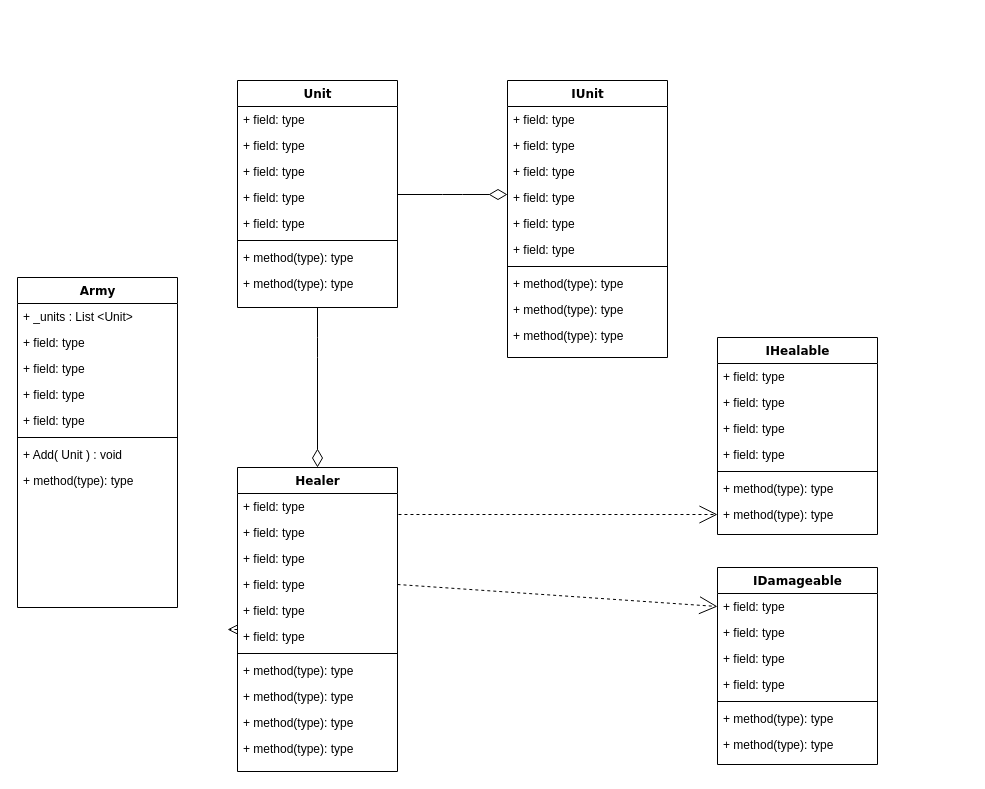
The draw.io diagram Untitled Diagram.drawio in alexmukh/AdjacentUnits, before the edit. Source tidied: cells renumbered, new cells numbered last; positions are measured from the earlier drawing's top-left corner, leaving out a move shared by most shapes. Both pictures are drawn from the tidied source at 100%, with x=0, y=0 at pixel (17, 80).
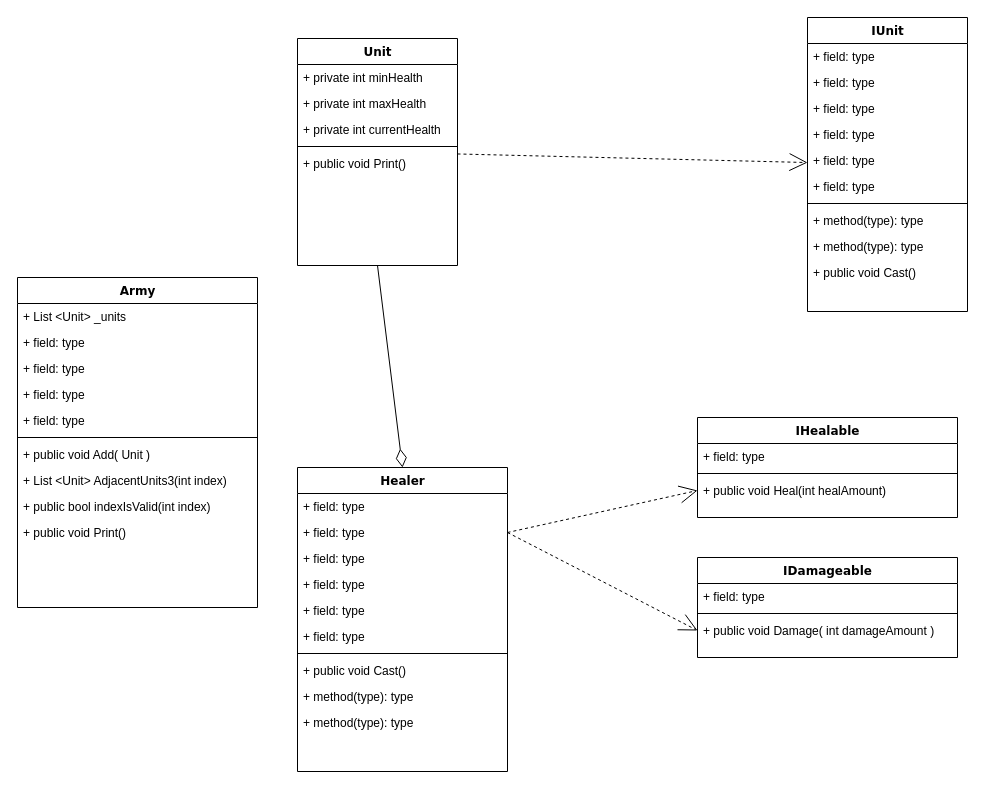
The same page after the edit.

Diff of the diagram source:
```diff
@@
-    <mxCell id="2" style="edgeStyle=orthogonalEdgeStyle;html=1;labelBackgroundColor=none;startFill=0;startSize=8;endArrow=diamondThin;endFill=0;endSize=16;fontFamily=Verdana;fontSize=12;entryX=0.5;entryY=0;entryDx=0;entryDy=0;exitX=0.5;exitY=1;exitDx=0;exitDy=0;" parent="1" edge="1" source="3" target="33">
-      <mxGeometry relative="1" as="geometry">
-        <Array as="points">
-          <mxPoint x="300" y="267" />
-          <mxPoint x="300" y="267" />
-        </Array>
-      </mxGeometry>
+    <mxCell id="2" style="html=1;labelBackgroundColor=none;startFill=0;startSize=8;endArrow=diamondThin;endFill=0;endSize=16;fontFamily=Verdana;fontSize=12;entryX=0.5;entryY=0;entryDx=0;entryDy=0;exitX=0.5;exitY=1;exitDx=0;exitDy=0;" parent="1" edge="1" source="3" target="33">
+      <mxGeometry relative="1" as="geometry" />
     </mxCell>
     <mxCell id="3" value="Unit" style="swimlane;html=1;fontStyle=1;align=center;verticalAlign=top;horizontal=1;startSize=26;swimlaneFillColor=#ffffff;rounded=0;shadow=0;comic=0;labelBackgroundColor=none;strokeWidth=1;fillColor=none;fontFamily=Verdana;fontSize=12;" parent="1" vertex="1">
-      <mxGeometry x="220" width="160" height="227" as="geometry" />
+      <mxGeometry x="280" y="-42" width="160" height="227" as="geometry" />
     </mxCell>
-    <mxCell id="4" value="+ field: type" style="text;html=1;strokeColor=none;fillColor=none;align=left;verticalAlign=top;spacingLeft=4;spacingRight=4;whiteSpace=wrap;overflow=hidden;" parent="3" vertex="1">
+    <mxCell id="4" value="+ private int minHealth" style="text;html=1;strokeColor=none;fillColor=none;align=left;verticalAlign=top;spacingLeft=4;spacingRight=4;whiteSpace=wrap;overflow=hidden;" parent="3" vertex="1">
       <mxGeometry y="26" width="160" height="26" as="geometry" />
     </mxCell>
-    <mxCell id="5" value="+ field: type" style="text;html=1;strokeColor=none;fillColor=none;align=left;verticalAlign=top;spacingLeft=4;spacingRight=4;whiteSpace=wrap;overflow=hidden;" parent="3" vertex="1">
-      <mxGeometry y="52" width="160" height="26" as="geometry" />
-    </mxCell>
-    <mxCell id="6" value="+ field: type" style="text;html=1;strokeColor=none;fillColor=none;align=left;verticalAlign=top;spacingLeft=4;spacingRight=4;whiteSpace=wrap;overflow=hidden;" parent="3" vertex="1">
-      <mxGeometry y="78" width="160" height="26" as="geometry" />
-    </mxCell>
-    <mxCell id="7" value="+ field: type" style="text;html=1;strokeColor=none;fillColor=none;align=left;verticalAlign=top;spacingLeft=4;spacingRight=4;whiteSpace=wrap;overflow=hidden;" parent="3" vertex="1">
-      <mxGeometry y="104" width="160" height="26" as="geometry" />
-    </mxCell>
-    <mxCell id="8" value="+ field: type" style="text;html=1;strokeColor=none;fillColor=none;align=left;verticalAlign=top;spacingLeft=4;spacingRight=4;whiteSpace=wrap;overflow=hidden;" parent="3" vertex="1">
-      <mxGeometry y="130" width="160" height="26" as="geometry" />
-    </mxCell>
+    <mxCell id="64" value="+ private int maxHealth" style="text;html=1;strokeColor=none;fillColor=none;align=left;verticalAlign=top;spacingLeft=4;spacingRight=4;whiteSpace=wrap;overflow=hidden;" parent="3" vertex="1">
+      <mxGeometry y="52" width="160" height="26" as="geometry" />
+    </mxCell>
+    <mxCell id="65" value="+ private int currentHealth" style="text;html=1;strokeColor=none;fillColor=none;align=left;verticalAlign=top;spacingLeft=4;spacingRight=4;whiteSpace=wrap;overflow=hidden;" parent="3" vertex="1">
+      <mxGeometry y="78" width="160" height="26" as="geometry" />
+    </mxCell>
     <mxCell id="9" style="line;html=1;strokeWidth=1;fillColor=none;align=left;verticalAlign=middle;spacingTop=-1;spacingLeft=3;spacingRight=3;labelPosition=right;" parent="3" vertex="1">
-      <mxGeometry y="156" width="160" height="8" as="geometry" />
+      <mxGeometry y="104" width="160" height="8" as="geometry" />
     </mxCell>
-    <mxCell id="10" value="+ method(type): type" style="text;html=1;strokeColor=none;fillColor=none;align=left;verticalAlign=top;spacingLeft=4;spacingRight=4;whiteSpace=wrap;overflow=hidden;" parent="3" vertex="1">
-      <mxGeometry y="164" width="160" height="26" as="geometry" />
+    <mxCell id="10" value="+ public void Print()" style="text;html=1;strokeColor=none;fillColor=none;align=left;verticalAlign=top;spacingLeft=4;spacingRight=4;whiteSpace=wrap;overflow=hidden;" parent="3" vertex="1">
+      <mxGeometry y="112" width="160" height="26" as="geometry" />
     </mxCell>
-    <mxCell id="11" value="+ method(type): type" style="text;html=1;strokeColor=none;fillColor=none;align=left;verticalAlign=top;spacingLeft=4;spacingRight=4;whiteSpace=wrap;overflow=hidden;" parent="3" vertex="1">
-      <mxGeometry y="190" width="160" height="26" as="geometry" />
-    </mxCell>
-    <mxCell id="12" style="html=1;labelBackgroundColor=none;startFill=0;startSize=8;endArrow=open;endFill=0;endSize=16;fontFamily=Verdana;fontSize=12;elbow=vertical;dashed=1;exitX=1.006;exitY=-0.192;exitDx=0;exitDy=0;entryX=0;entryY=0.5;entryDx=0;entryDy=0;exitPerimeter=0;" parent="1" edge="1" source="35" target="31">
+    <mxCell id="12" style="html=1;labelBackgroundColor=none;startFill=0;startSize=8;endArrow=open;endFill=0;endSize=16;fontFamily=Verdana;fontSize=12;elbow=vertical;dashed=1;exitX=1;exitY=0.5;exitDx=0;exitDy=0;entryX=0;entryY=0.5;entryDx=0;entryDy=0;" parent="1" edge="1" source="35" target="30">
       <mxGeometry relative="1" as="geometry" />
     </mxCell>
     <mxCell id="13" value="IUnit" style="swimlane;html=1;fontStyle=1;align=center;verticalAlign=top;horizontal=1;startSize=26;swimlaneFillColor=#ffffff;rounded=0;shadow=0;comic=0;labelBackgroundColor=none;strokeWidth=1;fillColor=none;fontFamily=Verdana;fontSize=12;" parent="1" vertex="1">
-      <mxGeometry x="490" width="160" height="277" as="geometry" />
+      <mxGeometry x="790" y="-63" width="160" height="294" as="geometry" />
     </mxCell>
@@
-    <mxCell id="23" value="+ method(type): type" style="text;html=1;strokeColor=none;fillColor=none;align=left;verticalAlign=top;spacingLeft=4;spacingRight=4;whiteSpace=wrap;overflow=hidden;" parent="13" vertex="1">
+    <mxCell id="23" value="+ public void Cast()" style="text;html=1;strokeColor=none;fillColor=none;align=left;verticalAlign=top;spacingLeft=4;spacingRight=4;whiteSpace=wrap;overflow=hidden;" parent="13" vertex="1">
       <mxGeometry y="242" width="160" height="26" as="geometry" />
     </mxCell>
     <mxCell id="24" value="IHealable" style="swimlane;html=1;fontStyle=1;align=center;verticalAlign=top;horizontal=1;startSize=26;swimlaneFillColor=#ffffff;rounded=0;shadow=0;comic=0;labelBackgroundColor=none;strokeWidth=1;fillColor=none;fontFamily=Verdana;fontSize=12;" parent="1" vertex="1">
-      <mxGeometry x="700" y="257" width="160" height="197" as="geometry" />
+      <mxGeometry x="680" y="337" width="260" height="100" as="geometry" />
     </mxCell>
     <mxCell id="25" value="+ field: type" style="text;html=1;strokeColor=none;fillColor=none;align=left;verticalAlign=top;spacingLeft=4;spacingRight=4;whiteSpace=wrap;overflow=hidden;" parent="24" vertex="1">
-      <mxGeometry y="26" width="160" height="26" as="geometry" />
+      <mxGeometry y="26" width="260" height="26" as="geometry" />
     </mxCell>
-    <mxCell id="26" value="+ field: type" style="text;html=1;strokeColor=none;fillColor=none;align=left;verticalAlign=top;spacingLeft=4;spacingRight=4;whiteSpace=wrap;overflow=hidden;" parent="24" vertex="1">
-      <mxGeometry y="52" width="160" height="26" as="geometry" />
-    </mxCell>
-    <mxCell id="27" value="+ field: type" style="text;html=1;strokeColor=none;fillColor=none;align=left;verticalAlign=top;spacingLeft=4;spacingRight=4;whiteSpace=wrap;overflow=hidden;" parent="24" vertex="1">
-      <mxGeometry y="78" width="160" height="26" as="geometry" />
-    </mxCell>
-    <mxCell id="28" value="+ field: type" style="text;html=1;strokeColor=none;fillColor=none;align=left;verticalAlign=top;spacingLeft=4;spacingRight=4;whiteSpace=wrap;overflow=hidden;" parent="24" vertex="1">
-      <mxGeometry y="104" width="160" height="26" as="geometry" />
-    </mxCell>
     <mxCell id="29" style="line;html=1;strokeWidth=1;fillColor=none;align=left;verticalAlign=middle;spacingTop=-1;spacingLeft=3;spacingRight=3;labelPosition=right;" parent="24" vertex="1">
-      <mxGeometry y="130" width="160" height="8" as="geometry" />
+      <mxGeometry y="52" width="260" height="8" as="geometry" />
     </mxCell>
-    <mxCell id="30" value="+ method(type): type" style="text;html=1;strokeColor=none;fillColor=none;align=left;verticalAlign=top;spacingLeft=4;spacingRight=4;whiteSpace=wrap;overflow=hidden;points=[[0,0.5],[1,0.5]];portConstraint=eastwest;" parent="24" vertex="1">
-      <mxGeometry y="138" width="160" height="26" as="geometry" />
+    <mxCell id="30" value="+ public void Heal(int healAmount)" style="text;html=1;strokeColor=none;fillColor=none;align=left;verticalAlign=top;spacingLeft=4;spacingRight=4;whiteSpace=wrap;overflow=hidden;points=[[0,0.5],[1,0.5]];portConstraint=eastwest;" parent="24" vertex="1">
+      <mxGeometry y="60" width="260" height="26" as="geometry" />
     </mxCell>
-    <mxCell id="31" value="+ method(type): type" style="text;html=1;strokeColor=none;fillColor=none;align=left;verticalAlign=top;spacingLeft=4;spacingRight=4;whiteSpace=wrap;overflow=hidden;points=[[0,0.5],[1,0.5]];portConstraint=eastwest;" parent="24" vertex="1">
-      <mxGeometry y="164" width="160" height="26" as="geometry" />
-    </mxCell>
-    <mxCell id="32" style="edgeStyle=elbowEdgeStyle;html=1;labelBackgroundColor=none;startFill=0;startSize=8;endArrow=open;endFill=0;endSize=16;fontFamily=Verdana;fontSize=12;elbow=vertical;dashed=1;" parent="1" edge="1" source="33">
-      <mxGeometry relative="1" as="geometry">
-        <mxPoint x="210" y="549" as="targetPoint" />
-      </mxGeometry>
-    </mxCell>
     <mxCell id="33" value="Healer" style="swimlane;html=1;fontStyle=1;align=center;verticalAlign=top;horizontal=1;startSize=26;swimlaneFillColor=#ffffff;rounded=0;shadow=0;comic=0;labelBackgroundColor=none;strokeWidth=1;fillColor=none;fontFamily=Verdana;fontSize=12;" parent="1" vertex="1">
-      <mxGeometry x="220" y="387" width="160" height="304" as="geometry" />
+      <mxGeometry x="280" y="387" width="210" height="304" as="geometry" />
     </mxCell>
     <mxCell id="34" value="+ field: type" style="text;html=1;strokeColor=none;fillColor=none;align=left;verticalAlign=top;spacingLeft=4;spacingRight=4;whiteSpace=wrap;overflow=hidden;" parent="33" vertex="1">
-      <mxGeometry y="26" width="160" height="26" as="geometry" />
+      <mxGeometry y="26" width="210" height="26" as="geometry" />
     </mxCell>
     <mxCell id="35" value="+ field: type" style="text;html=1;strokeColor=none;fillColor=none;align=left;verticalAlign=top;spacingLeft=4;spacingRight=4;whiteSpace=wrap;overflow=hidden;points=[[0,0.5],[1,0.5]];portConstraint=eastwest;" parent="33" vertex="1">
-      <mxGeometry y="52" width="160" height="26" as="geometry" />
+      <mxGeometry y="52" width="210" height="26" as="geometry" />
     </mxCell>
     <mxCell id="36" value="+ field: type" style="text;html=1;strokeColor=none;fillColor=none;align=left;verticalAlign=top;spacingLeft=4;spacingRight=4;whiteSpace=wrap;overflow=hidden;" parent="33" vertex="1">
-      <mxGeometry y="78" width="160" height="26" as="geometry" />
+      <mxGeometry y="78" width="210" height="26" as="geometry" />
     </mxCell>
     <mxCell id="37" value="+ field: type" style="text;html=1;strokeColor=none;fillColor=none;align=left;verticalAlign=top;spacingLeft=4;spacingRight=4;whiteSpace=wrap;overflow=hidden;points=[[0,0.5],[1,0.5]];portConstraint=eastwest;" parent="33" vertex="1">
-      <mxGeometry y="104" width="160" height="26" as="geometry" />
+      <mxGeometry y="104" width="210" height="26" as="geometry" />
     </mxCell>
     <mxCell id="38" value="+ field: type" style="text;html=1;strokeColor=none;fillColor=none;align=left;verticalAlign=top;spacingLeft=4;spacingRight=4;whiteSpace=wrap;overflow=hidden;" parent="33" vertex="1">
-      <mxGeometry y="130" width="160" height="26" as="geometry" />
+      <mxGeometry y="130" width="210" height="26" as="geometry" />
     </mxCell>
     <mxCell id="39" value="+ field: type" style="text;html=1;strokeColor=none;fillColor=none;align=left;verticalAlign=top;spacingLeft=4;spacingRight=4;whiteSpace=wrap;overflow=hidden;" parent="33" vertex="1">
-      <mxGeometry y="156" width="160" height="26" as="geometry" />
+      <mxGeometry y="156" width="210" height="26" as="geometry" />
     </mxCell>
     <mxCell id="40" style="line;html=1;strokeWidth=1;fillColor=none;align=left;verticalAlign=middle;spacingTop=-1;spacingLeft=3;spacingRight=3;labelPosition=right;" parent="33" vertex="1">
-      <mxGeometry y="182" width="160" height="8" as="geometry" />
+      <mxGeometry y="182" width="210" height="8" as="geometry" />
     </mxCell>
-    <mxCell id="41" value="+ method(type): type" style="text;html=1;strokeColor=none;fillColor=none;align=left;verticalAlign=top;spacingLeft=4;spacingRight=4;whiteSpace=wrap;overflow=hidden;" parent="33" vertex="1">
-      <mxGeometry y="190" width="160" height="26" as="geometry" />
-    </mxCell>
-    <mxCell id="42" value="+ method(type): type" style="text;html=1;strokeColor=none;fillColor=none;align=left;verticalAlign=top;spacingLeft=4;spacingRight=4;whiteSpace=wrap;overflow=hidden;" parent="33" vertex="1">
-      <mxGeometry y="216" width="160" height="26" as="geometry" />
+    <mxCell id="42" value="+ public void Cast()" style="text;html=1;strokeColor=none;fillColor=none;align=left;verticalAlign=top;spacingLeft=4;spacingRight=4;whiteSpace=wrap;overflow=hidden;" parent="33" vertex="1">
+      <mxGeometry y="190" width="210" height="26" as="geometry" />
     </mxCell>
     <mxCell id="43" value="+ method(type): type" style="text;html=1;strokeColor=none;fillColor=none;align=left;verticalAlign=top;spacingLeft=4;spacingRight=4;whiteSpace=wrap;overflow=hidden;" parent="33" vertex="1">
-      <mxGeometry y="242" width="160" height="26" as="geometry" />
+      <mxGeometry y="216" width="210" height="26" as="geometry" />
     </mxCell>
     <mxCell id="44" value="+ method(type): type" style="text;html=1;strokeColor=none;fillColor=none;align=left;verticalAlign=top;spacingLeft=4;spacingRight=4;whiteSpace=wrap;overflow=hidden;" parent="33" vertex="1">
-      <mxGeometry y="268" width="160" height="26" as="geometry" />
+      <mxGeometry y="242" width="210" height="26" as="geometry" />
     </mxCell>
-    <mxCell id="45" style="edgeStyle=elbowEdgeStyle;html=1;labelBackgroundColor=none;startFill=0;startSize=8;endArrow=diamondThin;endFill=0;endSize=16;fontFamily=Verdana;fontSize=12;elbow=vertical;" parent="1" edge="1" source="3" target="13">
+    <mxCell id="45" style="html=1;labelBackgroundColor=none;startFill=0;startSize=8;endArrow=open;endFill=0;endSize=16;fontFamily=Verdana;fontSize=12;elbow=vertical;dashed=1;" parent="1" edge="1" source="3" target="13">
       <mxGeometry relative="1" as="geometry" />
     </mxCell>
     <mxCell id="46" value="IDamageable" style="swimlane;html=1;fontStyle=1;align=center;verticalAlign=top;horizontal=1;startSize=26;swimlaneFillColor=#ffffff;rounded=0;shadow=0;comic=0;labelBackgroundColor=none;strokeWidth=1;fillColor=none;fontFamily=Verdana;fontSize=12;" parent="1" vertex="1">
-      <mxGeometry x="700" y="487" width="160" height="197" as="geometry" />
+      <mxGeometry x="680" y="477" width="260" height="100" as="geometry" />
     </mxCell>
     <mxCell id="47" value="+ field: type" style="text;html=1;strokeColor=none;fillColor=none;align=left;verticalAlign=top;spacingLeft=4;spacingRight=4;whiteSpace=wrap;overflow=hidden;points=[[0,0.5],[1,0.5]];portConstraint=eastwest;" parent="46" vertex="1">
-      <mxGeometry y="26" width="160" height="26" as="geometry" />
+      <mxGeometry y="26" width="260" height="26" as="geometry" />
     </mxCell>
-    <mxCell id="48" value="+ field: type" style="text;html=1;strokeColor=none;fillColor=none;align=left;verticalAlign=top;spacingLeft=4;spacingRight=4;whiteSpace=wrap;overflow=hidden;" parent="46" vertex="1">
-      <mxGeometry y="52" width="160" height="26" as="geometry" />
-    </mxCell>
-    <mxCell id="49" value="+ field: type" style="text;html=1;strokeColor=none;fillColor=none;align=left;verticalAlign=top;spacingLeft=4;spacingRight=4;whiteSpace=wrap;overflow=hidden;" parent="46" vertex="1">
-      <mxGeometry y="78" width="160" height="26" as="geometry" />
-    </mxCell>
-    <mxCell id="50" value="+ field: type" style="text;html=1;strokeColor=none;fillColor=none;align=left;verticalAlign=top;spacingLeft=4;spacingRight=4;whiteSpace=wrap;overflow=hidden;" parent="46" vertex="1">
-      <mxGeometry y="104" width="160" height="26" as="geometry" />
-    </mxCell>
     <mxCell id="51" style="line;html=1;strokeWidth=1;fillColor=none;align=left;verticalAlign=middle;spacingTop=-1;spacingLeft=3;spacingRight=3;labelPosition=right;" parent="46" vertex="1">
-      <mxGeometry y="130" width="160" height="8" as="geometry" />
+      <mxGeometry y="52" width="260" height="8" as="geometry" />
     </mxCell>
-    <mxCell id="52" value="+ method(type): type" style="text;html=1;strokeColor=none;fillColor=none;align=left;verticalAlign=top;spacingLeft=4;spacingRight=4;whiteSpace=wrap;overflow=hidden;points=[[0,0.5],[1,0.5]];portConstraint=eastwest;" parent="46" vertex="1">
-      <mxGeometry y="138" width="160" height="26" as="geometry" />
+    <mxCell id="52" value="+ public void Damage( int damageAmount )" style="text;html=1;strokeColor=none;fillColor=none;align=left;verticalAlign=top;spacingLeft=4;spacingRight=4;whiteSpace=wrap;overflow=hidden;points=[[0,0.5],[1,0.5]];portConstraint=eastwest;" parent="46" vertex="1">
+      <mxGeometry y="60" width="260" height="26" as="geometry" />
     </mxCell>
-    <mxCell id="53" value="+ method(type): type" style="text;html=1;strokeColor=none;fillColor=none;align=left;verticalAlign=top;spacingLeft=4;spacingRight=4;whiteSpace=wrap;overflow=hidden;" parent="46" vertex="1">
-      <mxGeometry y="164" width="160" height="26" as="geometry" />
-    </mxCell>
     <mxCell id="54" value="Army" style="swimlane;html=1;fontStyle=1;align=center;verticalAlign=top;horizontal=1;startSize=26;swimlaneFillColor=#ffffff;rounded=0;shadow=0;comic=0;labelBackgroundColor=none;strokeWidth=1;fillColor=none;fontFamily=Verdana;fontSize=12;" parent="1" vertex="1">
-      <mxGeometry y="197" width="160" height="330" as="geometry" />
+      <mxGeometry y="197" width="240" height="330" as="geometry" />
     </mxCell>
-    <mxCell id="55" value="+ _units : List &amp;lt;Unit&amp;gt;" style="text;html=1;strokeColor=none;fillColor=none;align=left;verticalAlign=top;spacingLeft=4;spacingRight=4;whiteSpace=wrap;overflow=hidden;" parent="54" vertex="1">
-      <mxGeometry y="26" width="160" height="26" as="geometry" />
+    <mxCell id="55" value="+ List &amp;lt;Unit&amp;gt; _units" style="text;html=1;strokeColor=none;fillColor=none;align=left;verticalAlign=top;spacingLeft=4;spacingRight=4;whiteSpace=wrap;overflow=hidden;" parent="54" vertex="1">
+      <mxGeometry y="26" width="240" height="26" as="geometry" />
     </mxCell>
     <mxCell id="56" value="+ field: type" style="text;html=1;strokeColor=none;fillColor=none;align=left;verticalAlign=top;spacingLeft=4;spacingRight=4;whiteSpace=wrap;overflow=hidden;" parent="54" vertex="1">
-      <mxGeometry y="52" width="160" height="26" as="geometry" />
+      <mxGeometry y="52" width="240" height="26" as="geometry" />
     </mxCell>
     <mxCell id="57" value="+ field: type" style="text;html=1;strokeColor=none;fillColor=none;align=left;verticalAlign=top;spacingLeft=4;spacingRight=4;whiteSpace=wrap;overflow=hidden;" parent="54" vertex="1">
-      <mxGeometry y="78" width="160" height="26" as="geometry" />
+      <mxGeometry y="78" width="240" height="26" as="geometry" />
     </mxCell>
     <mxCell id="58" value="+ field: type" style="text;html=1;strokeColor=none;fillColor=none;align=left;verticalAlign=top;spacingLeft=4;spacingRight=4;whiteSpace=wrap;overflow=hidden;" parent="54" vertex="1">
-      <mxGeometry y="104" width="160" height="26" as="geometry" />
+      <mxGeometry y="104" width="240" height="26" as="geometry" />
     </mxCell>
     <mxCell id="59" value="+ field: type" style="text;html=1;strokeColor=none;fillColor=none;align=left;verticalAlign=top;spacingLeft=4;spacingRight=4;whiteSpace=wrap;overflow=hidden;" parent="54" vertex="1">
-      <mxGeometry y="130" width="160" height="26" as="geometry" />
+      <mxGeometry y="130" width="240" height="26" as="geometry" />
     </mxCell>
     <mxCell id="60" style="line;html=1;strokeWidth=1;fillColor=none;align=left;verticalAlign=middle;spacingTop=-1;spacingLeft=3;spacingRight=3;labelPosition=right;" parent="54" vertex="1">
-      <mxGeometry y="156" width="160" height="8" as="geometry" />
+      <mxGeometry y="156" width="240" height="8" as="geometry" />
     </mxCell>
-    <mxCell id="61" value="&lt;div&gt;+ Add( Unit ) : void&lt;/div&gt;" style="text;html=1;strokeColor=none;fillColor=none;align=left;verticalAlign=top;spacingLeft=4;spacingRight=4;whiteSpace=wrap;overflow=hidden;" parent="54" vertex="1">
-      <mxGeometry y="164" width="160" height="26" as="geometry" />
+    <mxCell id="61" value="&lt;div&gt;+ public void Add( Unit )&lt;/div&gt;" style="text;html=1;strokeColor=none;fillColor=none;align=left;verticalAlign=top;spacingLeft=4;spacingRight=4;whiteSpace=wrap;overflow=hidden;" parent="54" vertex="1">
+      <mxGeometry y="164" width="240" height="26" as="geometry" />
     </mxCell>
-    <mxCell id="62" value="+ method(type): type" style="text;html=1;strokeColor=none;fillColor=none;align=left;verticalAlign=top;spacingLeft=4;spacingRight=4;whiteSpace=wrap;overflow=hidden;" parent="54" vertex="1">
-      <mxGeometry y="190" width="160" height="26" as="geometry" />
+    <mxCell id="62" value="+ List &amp;lt;Unit&amp;gt; AdjacentUnits3(int index)" style="text;html=1;strokeColor=none;fillColor=none;align=left;verticalAlign=top;spacingLeft=4;spacingRight=4;whiteSpace=wrap;overflow=hidden;" parent="54" vertex="1">
+      <mxGeometry y="190" width="240" height="26" as="geometry" />
     </mxCell>
+    <mxCell id="66" value="+ public bool indexIsValid(int index)" style="text;html=1;strokeColor=none;fillColor=none;align=left;verticalAlign=top;spacingLeft=4;spacingRight=4;whiteSpace=wrap;overflow=hidden;" parent="54" vertex="1">
+      <mxGeometry y="216" width="240" height="26" as="geometry" />
+    </mxCell>
+    <mxCell id="67" value="+ public void Print()" style="text;html=1;strokeColor=none;fillColor=none;align=left;verticalAlign=top;spacingLeft=4;spacingRight=4;whiteSpace=wrap;overflow=hidden;" parent="54" vertex="1">
+      <mxGeometry y="242" width="240" height="26" as="geometry" />
+    </mxCell>
-    <mxCell id="63" style="html=1;labelBackgroundColor=none;startFill=0;startSize=8;endArrow=open;endFill=0;endSize=16;fontFamily=Verdana;fontSize=12;elbow=vertical;dashed=1;exitX=1;exitY=0.5;exitDx=0;exitDy=0;entryX=0;entryY=0.5;entryDx=0;entryDy=0;" parent="1" edge="1" source="37" target="47">
+    <mxCell id="63" style="html=1;labelBackgroundColor=none;startFill=0;startSize=8;endArrow=open;endFill=0;endSize=16;fontFamily=Verdana;fontSize=12;elbow=vertical;dashed=1;exitX=1;exitY=0.5;exitDx=0;exitDy=0;entryX=0;entryY=0.5;entryDx=0;entryDy=0;" parent="1" edge="1" source="35" target="52">
       <mxGeometry relative="1" as="geometry" />
     </mxCell>
```
